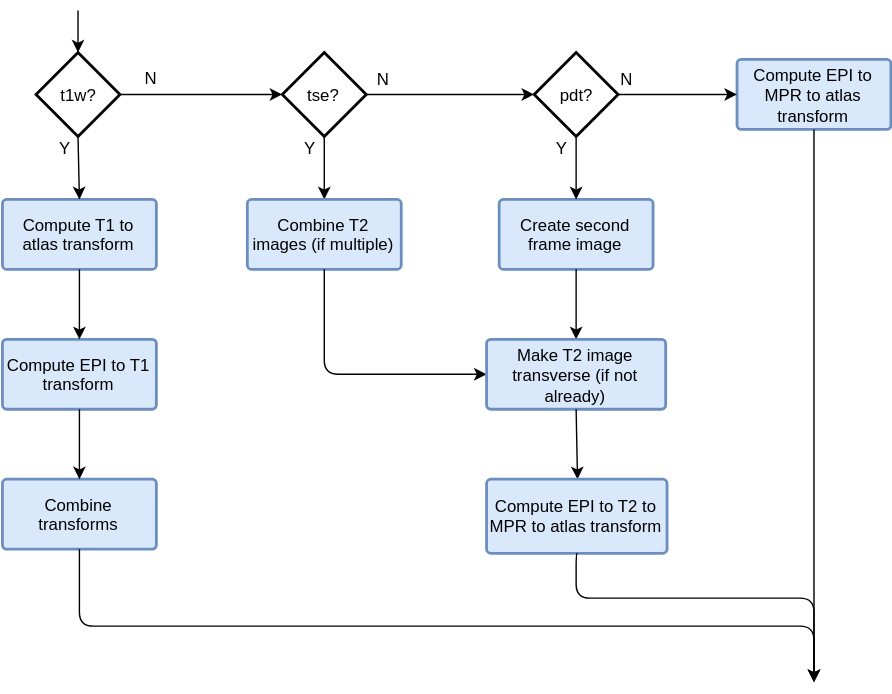
Above: docs/_static/cross_bold_v16_epi2atl.svg in BlackHershey/4dfp-docs (draw.io), before the change. Source tidied: cells renumbered, new cells last; positions are measured from the earlier drawing's top-left corner, leaving out a move shared by most shapes.
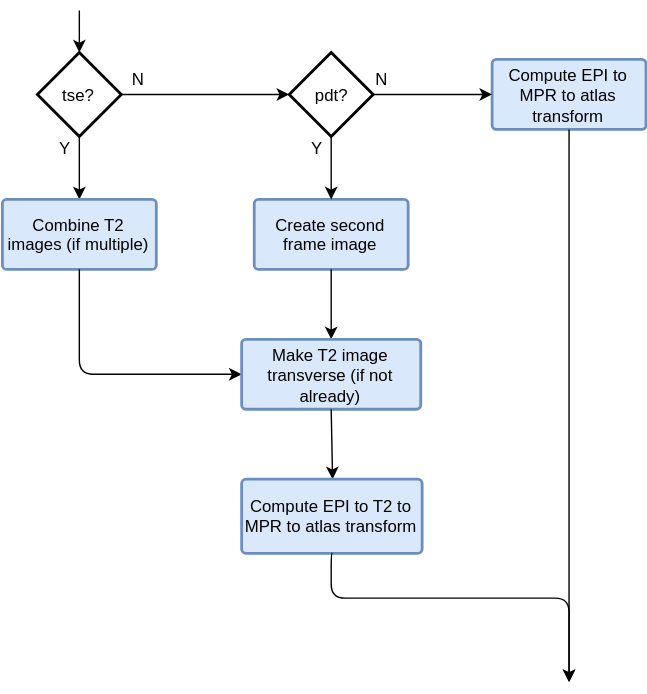
Above is the later version.

Commit message:
added missing scripts used by cross_bold/fcMRI_preproc, updated flowchart to exclude t1w, fixed worked example params

What changed in the source:
```diff
@@ -2,39 +2,9 @@
   <root>
     <mxCell id="0" />
     <mxCell id="1" parent="0" />
-    <mxCell id="2" value="&lt;span&gt;Compute T1 to atlas transform&lt;/span&gt;" style="strokeWidth=2;html=1;shape=mxgraph.flowchart.process;whiteSpace=wrap;labelBorderColor=none;fillColor=#dae8fc;strokeColor=#6c8ebf;fontStyle=0;" parent="1" vertex="1">
-      <mxGeometry y="135" width="110" height="50" as="geometry" />
-    </mxCell>
-    <mxCell id="3" style="edgeStyle=orthogonalEdgeStyle;rounded=0;html=1;jettySize=auto;entryX=0;entryY=0.5;entryPerimeter=0;" parent="1" edge="1" source="4" target="13">
-      <mxGeometry relative="1" as="geometry" />
-    </mxCell>
-    <mxCell id="4" value="t1w?" style="strokeWidth=2;html=1;shape=mxgraph.flowchart.decision;whiteSpace=wrap;" parent="1" vertex="1">
-      <mxGeometry x="24" y="30" width="60" height="60" as="geometry" />
-    </mxCell>
-    <mxCell id="5" value="&lt;span&gt;Compute EPI to T1 transform&lt;/span&gt;" style="strokeWidth=2;html=1;shape=mxgraph.flowchart.process;whiteSpace=wrap;fillColor=#dae8fc;strokeColor=#6c8ebf;fontStyle=0;" parent="1" vertex="1">
-      <mxGeometry y="235" width="110" height="50" as="geometry" />
-    </mxCell>
-    <mxCell id="6" value="&lt;span&gt;Combine transforms&lt;/span&gt;" style="strokeWidth=2;html=1;shape=mxgraph.flowchart.process;whiteSpace=wrap;fillColor=#dae8fc;strokeColor=#6c8ebf;fontStyle=0;" parent="1" vertex="1">
-      <mxGeometry y="335" width="110" height="50" as="geometry" />
-    </mxCell>
     <mxCell id="7" value="&lt;span&gt;Compute EPI to MPR to atlas transform&lt;/span&gt;" style="strokeWidth=2;html=1;shape=mxgraph.flowchart.process;whiteSpace=wrap;fillColor=#dae8fc;strokeColor=#6c8ebf;fontStyle=0;" parent="1" vertex="1">
       <mxGeometry x="525" y="35" width="110" height="50" as="geometry" />
     </mxCell>
-    <mxCell id="8" style="endArrow=classic;html=1;exitX=0.5;exitY=1;exitPerimeter=0;entryX=0.5;entryY=0;entryPerimeter=0;" parent="1" edge="1" source="4" target="2">
-      <mxGeometry relative="1" as="geometry" />
-    </mxCell>
-    <mxCell id="9" style="endArrow=classic;html=1;exitX=0.5;exitY=1;exitPerimeter=0;entryX=0.5;entryY=0;entryPerimeter=0;" parent="1" edge="1" source="2" target="5">
-      <mxGeometry relative="1" as="geometry" />
-    </mxCell>
-    <mxCell id="10" style="endArrow=classic;html=1;entryX=0.5;entryY=0;entryPerimeter=0;" parent="1" edge="1" source="5" target="6">
-      <mxGeometry relative="1" as="geometry" />
-    </mxCell>
-    <mxCell id="11" value="Y&lt;br&gt;&lt;br&gt;" style="text;html=1;align=center;verticalAlign=middle;fillColor=none;strokeColor=none;rounded=0;" parent="1" vertex="1">
-      <mxGeometry x="35" y="90" width="20" height="30" as="geometry" />
-    </mxCell>
-    <mxCell id="12" value="N&lt;br&gt;&lt;br&gt;" style="text;html=1;align=left;verticalAlign=top;spacingTop=-4;" parent="1" vertex="1">
-      <mxGeometry x="100" y="39" width="20" height="30" as="geometry" />
-    </mxCell>
     <mxCell id="13" value="tse?" style="strokeWidth=2;html=1;shape=mxgraph.flowchart.decision;whiteSpace=wrap;" parent="1" vertex="1">
       <mxGeometry x="200" y="30" width="60" height="60" as="geometry" />
     </mxCell>
@@ -68,9 +38,9 @@
     <mxCell id="23" value="Y&lt;br&gt;&lt;br&gt;" style="text;html=1;align=center;verticalAlign=middle;fillColor=none;strokeColor=none;rounded=0;" parent="1" vertex="1">
       <mxGeometry x="390" y="90" width="20" height="30" as="geometry" />
     </mxCell>
-    <mxCell id="24" style="endArrow=classic;html=1;entryX=0.5;entryY=0;entryPerimeter=0;" parent="1" edge="1" target="4">
+    <mxCell id="24" style="endArrow=classic;html=1;entryX=0.5;entryY=0;entryPerimeter=0;" parent="1" edge="1" target="13">
       <mxGeometry relative="1" as="geometry">
-        <mxPoint x="54" as="sourcePoint" />
+        <mxPoint x="230" as="sourcePoint" />
       </mxGeometry>
     </mxCell>
     <mxCell id="25" style="endArrow=classic;html=1;exitX=0.5;exitY=1;exitPerimeter=0;edgeStyle=orthogonalEdgeStyle;entryX=0;entryY=0.5;entryPerimeter=0;" parent="1" edge="1" source="16" target="27">
@@ -110,15 +80,5 @@
         <mxPoint x="580" y="480" as="targetPoint" />
       </mxGeometry>
     </mxCell>
-    <mxCell id="33" style="endArrow=classic;html=1;exitX=0.5;exitY=1;exitPerimeter=0;" parent="1" edge="1" source="6">
-      <mxGeometry relative="1" as="geometry">
-        <mxPoint x="580" y="480" as="targetPoint" />
-        <Array as="points">
-          <mxPoint x="55" y="440" />
-          <mxPoint x="335" y="440" />
-          <mxPoint x="580" y="440" />
-        </Array>
-      </mxGeometry>
-    </mxCell>
   </root>
 </mxGraphModel>
```
